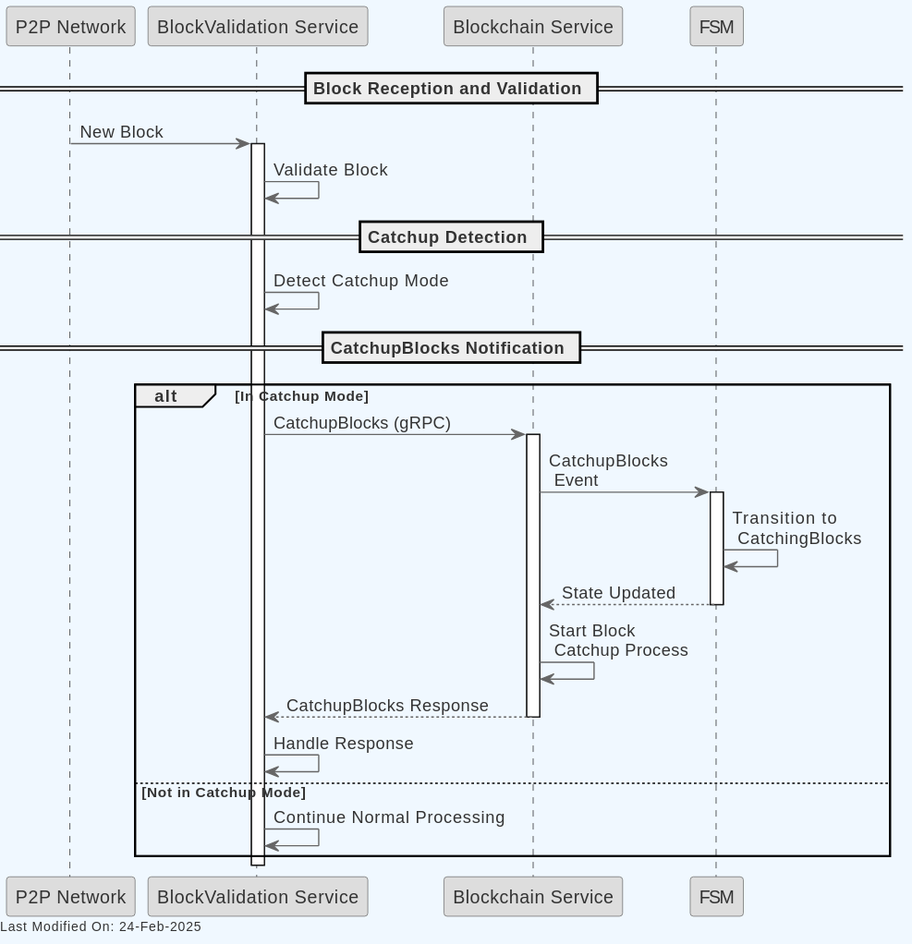
The PlantUML diagram docs/topics/architecture/img/plantuml/fsm_catchup_blocks.svg in freemans13/teranode, before a commit.
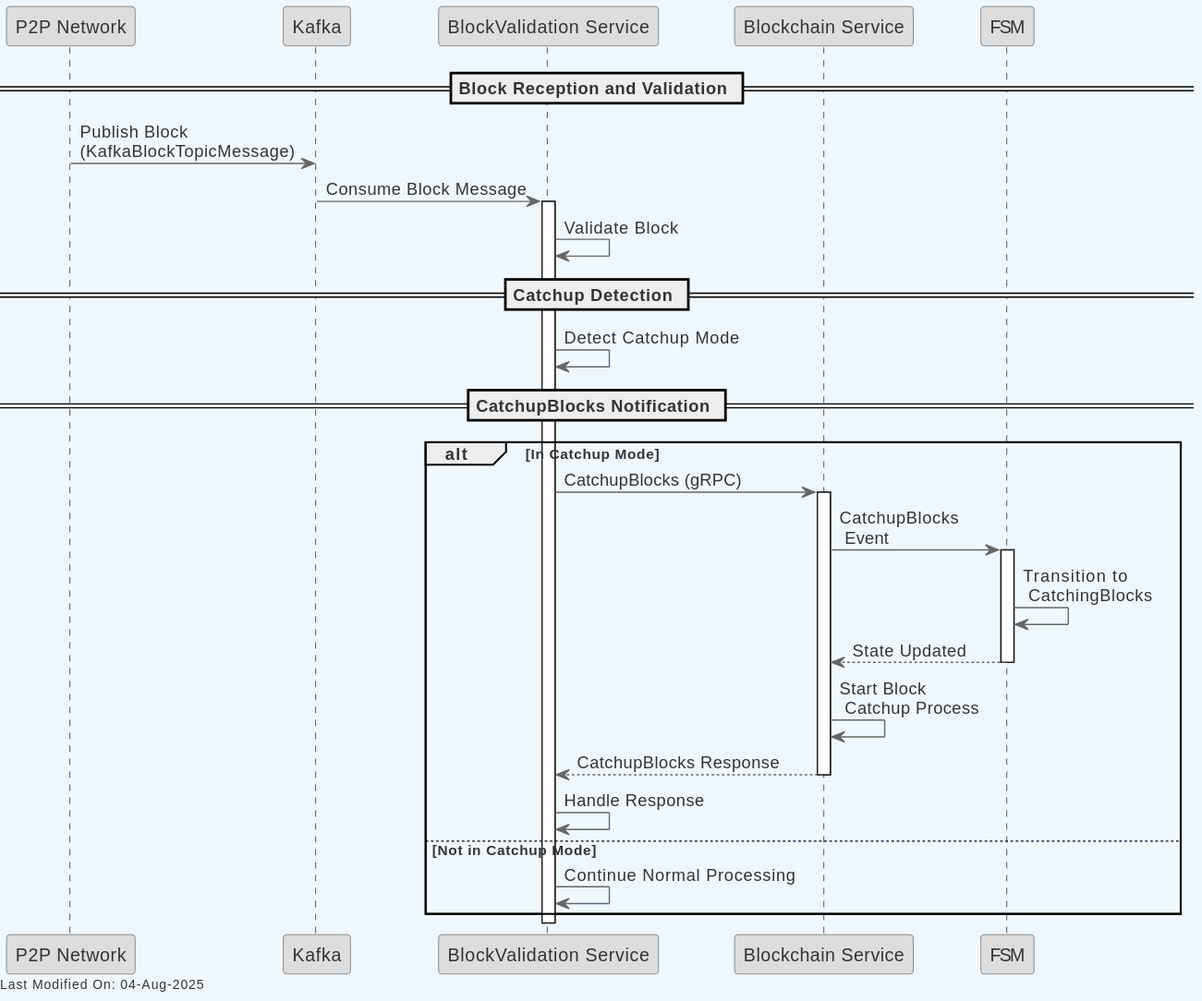
The same file after the commit.

What changed in the source:
```diff
@@ -23,13 +23,15 @@
 !define RECTANGLE class
 
 participant "P2P Network" as P2P
+participant "Kafka" as K
 participant "BlockValidation Service" as BlockValidation
 participant "Blockchain Service" as BlockchainService
 participant "FSM" as FSM
 
 
 == Block Reception and Validation ==
-P2P -> BlockValidation : New Block
+P2P -> K : Publish Block\n(KafkaBlockTopicMessage)
+K -> BlockValidation : Consume Block Message
 activate BlockValidation
 BlockValidation -> BlockValidation : Validate Block
 
```
